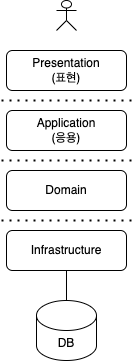
Earlier version of the draw.io export assets/img/dev/2024/0331/architecture.png (assu10/assu10.github.io). Source tidied: cells renumbered, new cells last; positions are measured from the earlier drawing's top-left corner, leaving out a move shared by most shapes.
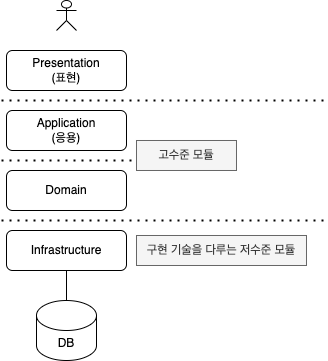
After the change.

Change to the diagram source:
```diff
@@ -26,7 +26,7 @@
     <mxCell id="9" style="endArrow=none;dashed=1;html=1;dashPattern=1 3;strokeWidth=2;rounded=0;" parent="1" edge="1">
       <mxGeometry relative="1" as="geometry">
         <mxPoint y="100" as="sourcePoint" />
-        <mxPoint x="130" y="100" as="targetPoint" />
+        <mxPoint x="325" y="100" as="targetPoint" />
       </mxGeometry>
     </mxCell>
     <mxCell id="10" style="endArrow=none;dashed=1;html=1;dashPattern=1 3;strokeWidth=2;rounded=0;" parent="1" edge="1">
@@ -38,8 +38,14 @@
     <mxCell id="11" style="endArrow=none;dashed=1;html=1;dashPattern=1 3;strokeWidth=2;rounded=0;" parent="1" edge="1">
       <mxGeometry relative="1" as="geometry">
         <mxPoint y="220" as="sourcePoint" />
-        <mxPoint x="130" y="220" as="targetPoint" />
+        <mxPoint x="325" y="220" as="targetPoint" />
       </mxGeometry>
     </mxCell>
+    <mxCell id="12" value="구현 기술을 다루는 저수준 모듈" style="text;html=1;align=center;verticalAlign=middle;whiteSpace=wrap;rounded=0;fillColor=#f5f5f5;fontColor=#333333;strokeColor=#666666;" parent="1" vertex="1">
+      <mxGeometry x="135" y="235" width="170" height="30" as="geometry" />
+    </mxCell>
+    <mxCell id="13" value="고수준 모듈" style="text;html=1;align=center;verticalAlign=middle;whiteSpace=wrap;rounded=0;fillColor=#f5f5f5;fontColor=#333333;strokeColor=#666666;" parent="1" vertex="1">
+      <mxGeometry x="135" y="140" width="100" height="30" as="geometry" />
+    </mxCell>
   </root>
 </mxGraphModel>
```
